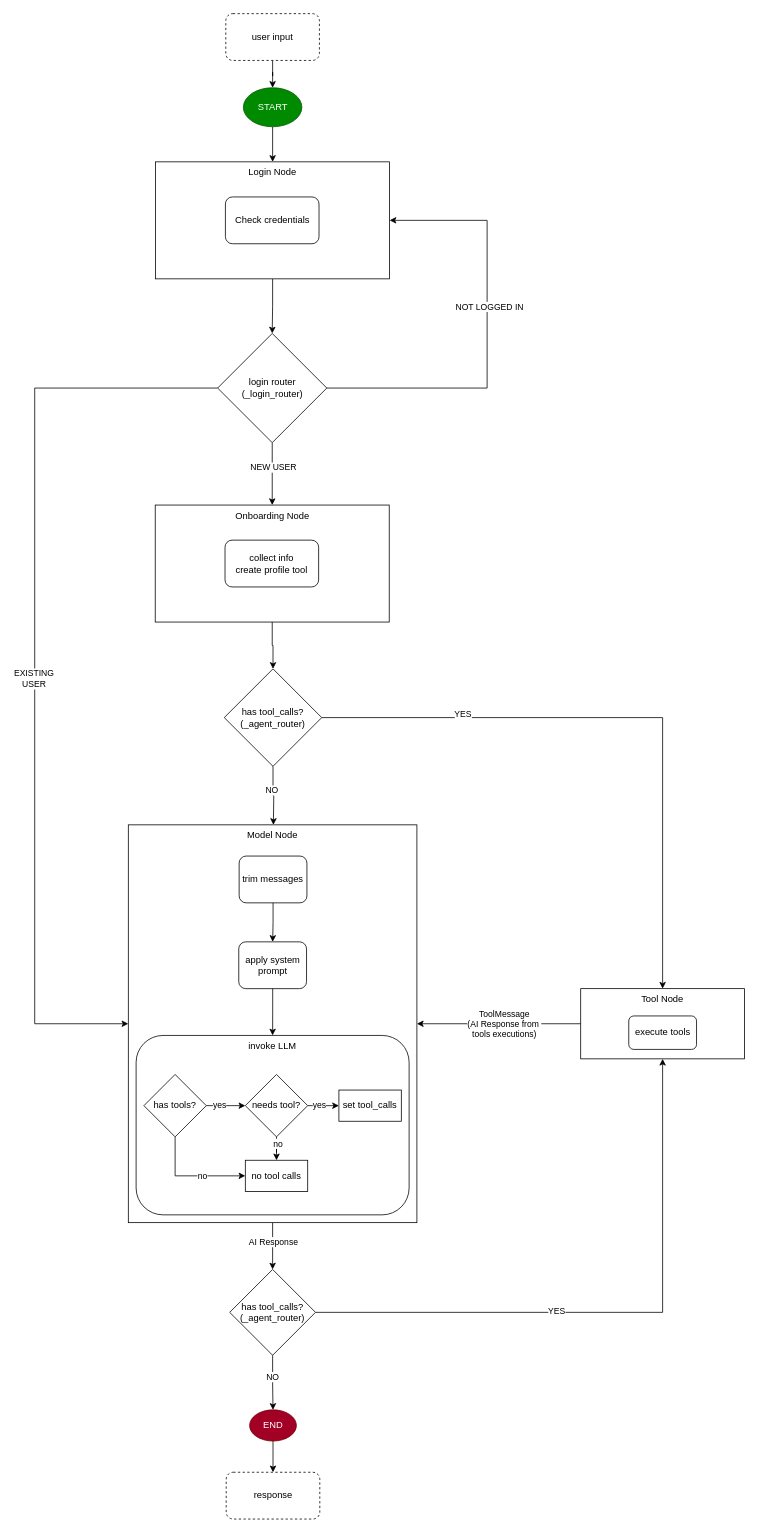
Above: agent_workflow_diagram.drawio in w4ffl35/agent_example (draw.io), before the change. Source tidied: cells renumbered, new cells numbered last; positions are measured from the earlier drawing's top-left corner, leaving out a move shared by most shapes. Both pictures are drawn from the tidied source at 78%, with x=0, y=0 at pixel (34, 13).
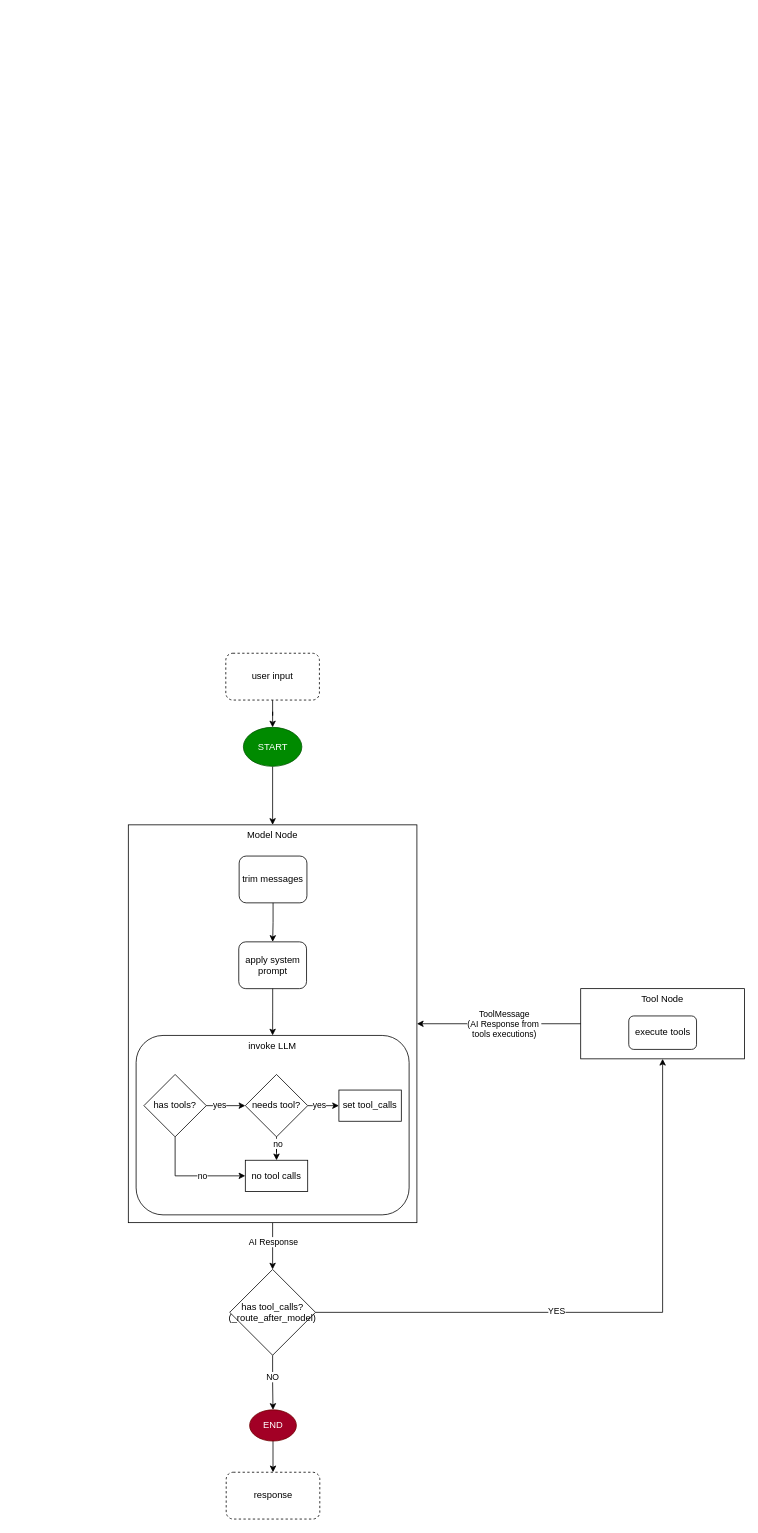
Above is the later version.

Commit message (it also covers changes not shown here):
Refactored workflow to be cleaner

Unchanged cells that the change refers to:
```xml
<mxCell id="10" value="Tool Node" style="rounded=0;whiteSpace=wrap;html=1;verticalAlign=top;" parent="9" vertex="1">
  <mxGeometry y="20" width="210" height="90" as="geometry" />
</mxCell>
<mxCell id="16" value="Model Node" style="rounded=0;whiteSpace=wrap;html=1;verticalAlign=top;" parent="1" vertex="1">
  <mxGeometry x="120" y="1040" width="370" height="510" as="geometry" />
</mxCell>
```

What changed in the source:
```diff
@@
-    <mxCell id="6" value="&lt;div&gt;has tool_calls?&lt;/div&gt;&lt;div&gt;(_agent_router)&lt;/div&gt;" style="rhombus;whiteSpace=wrap;html=1;verticalAlign=middle;rounded=0;" parent="1" vertex="1">
+    <mxCell id="6" value="&lt;div&gt;has tool_calls?&lt;/div&gt;&lt;div&gt;(_route_after_model)&lt;/div&gt;" style="rhombus;whiteSpace=wrap;html=1;verticalAlign=middle;rounded=0;" parent="1" vertex="1">
       <mxGeometry x="250" y="1610" width="110" height="110" as="geometry" />
     </mxCell>
@@
-    <mxCell id="35" style="group;" parent="1" vertex="1">
-      <mxGeometry x="155" y="580" width="300" height="550" as="geometry" />
-    </mxCell>
-    <mxCell id="36" style="edgeStyle=orthogonalEdgeStyle;rounded=0;jettySize=auto;html=1;exitX=0.5;exitY=1;exitDx=0;exitDy=0;entryX=0.5;entryY=0;entryDx=0;entryDy=0;" parent="35" edge="1" source="37" target="45">
+    <mxCell id="36" style="edgeStyle=orthogonalEdgeStyle;rounded=0;jettySize=auto;html=1;exitX=0.5;exitY=1;exitDx=0;exitDy=0;entryX=0.5;entryY=0;entryDx=0;entryDy=0;" parent="1" edge="1" source="37" target="16">
       <mxGeometry relative="1" as="geometry" />
     </mxCell>
-    <mxCell id="37" value="&lt;div&gt;START&lt;/div&gt;" style="ellipse;whiteSpace=wrap;html=1;fillColor=#008a00;fontColor=#ffffff;strokeColor=#005700;" parent="35" vertex="1">
-      <mxGeometry x="112.5" y="-485" width="75" height="50" as="geometry" />
+    <mxCell id="37" value="&lt;div&gt;START&lt;/div&gt;" style="ellipse;whiteSpace=wrap;html=1;fillColor=#008a00;fontColor=#ffffff;strokeColor=#005700;" parent="1" vertex="1">
+      <mxGeometry x="267.5" y="915" width="75" height="50" as="geometry" />
     </mxCell>
-    <mxCell id="38" style="edgeStyle=orthogonalEdgeStyle;rounded=0;jettySize=auto;html=1;exitX=0.5;exitY=1;exitDx=0;exitDy=0;" parent="35" edge="1" source="39" target="37">
+    <mxCell id="38" style="edgeStyle=orthogonalEdgeStyle;rounded=0;jettySize=auto;html=1;exitX=0.5;exitY=1;exitDx=0;exitDy=0;" parent="1" edge="1" source="39" target="37">
       <mxGeometry relative="1" as="geometry" />
     </mxCell>
-    <mxCell id="39" value="user input" style="rounded=1;whiteSpace=wrap;html=1;dashed=1;" parent="35" vertex="1">
-      <mxGeometry x="90" y="-580" width="120" height="60" as="geometry" />
+    <mxCell id="39" value="user input" style="rounded=1;whiteSpace=wrap;html=1;dashed=1;" parent="1" vertex="1">
+      <mxGeometry x="245" y="820" width="120" height="60" as="geometry" />
     </mxCell>
-    <mxCell id="40" style="edgeStyle=orthogonalEdgeStyle;rounded=0;jettySize=auto;html=1;entryX=0.5;entryY=0;entryDx=0;entryDy=0;" parent="35" edge="1" source="45" target="43">
-      <mxGeometry relative="1" as="geometry" />
-    </mxCell>
-    <mxCell id="41" style="edgeStyle=orthogonalEdgeStyle;rounded=0;jettySize=auto;html=1;" parent="35" edge="1" source="43" target="47">
-      <mxGeometry relative="1" as="geometry" />
-    </mxCell>
-    <mxCell id="42" value="NEW USER" style="edgeLabel;html=1;align=center;verticalAlign=middle;" parent="41" vertex="1">
-      <mxGeometry x="-0.76" y="1" relative="1" as="geometry">
-        <mxPoint y="21" as="offset" />
-      </mxGeometry>
-    </mxCell>
-    <mxCell id="43" value="&lt;div&gt;login router&lt;/div&gt;&lt;div&gt;(_login_router)&lt;/div&gt;" style="rhombus;whiteSpace=wrap;html=1;" parent="35" vertex="1">
-      <mxGeometry x="79.5" y="-170" width="140" height="140" as="geometry" />
-    </mxCell>
-    <mxCell id="44" style="group;" parent="35" vertex="1">
-      <mxGeometry y="-390" width="300" height="150" as="geometry" />
-    </mxCell>
-    <mxCell id="45" value="Login Node" style="rounded=0;whiteSpace=wrap;html=1;verticalAlign=top;" parent="44" vertex="1">
-      <mxGeometry width="300" height="150" as="geometry" />
-    </mxCell>
-    <mxCell id="46" value="Check credentials" style="rounded=1;whiteSpace=wrap;html=1;" parent="44" vertex="1">
-      <mxGeometry x="89.5" y="45" width="120" height="60" as="geometry" />
-    </mxCell>
-    <mxCell id="47" value="&lt;div&gt;Onboarding Node&lt;/div&gt;" style="rounded=0;whiteSpace=wrap;html=1;verticalAlign=top;" parent="35" vertex="1">
-      <mxGeometry x="-0.5" y="50" width="300" height="150" as="geometry" />
-    </mxCell>
-    <mxCell id="48" value="&lt;div&gt;collect info&lt;/div&gt;&lt;div&gt;create profile tool&lt;/div&gt;" style="rounded=1;whiteSpace=wrap;html=1;" parent="35" vertex="1">
-      <mxGeometry x="89" y="95" width="120" height="60" as="geometry" />
-    </mxCell>
-    <mxCell id="49" value="&lt;div&gt;has tool_calls?&lt;/div&gt;&lt;div&gt;(_agent_router)&lt;/div&gt;" style="rhombus;whiteSpace=wrap;html=1;verticalAlign=middle;rounded=0;" parent="35" vertex="1">
-      <mxGeometry x="88" y="260" width="125" height="125" as="geometry" />
-    </mxCell>
-    <mxCell id="50" style="edgeStyle=orthogonalEdgeStyle;rounded=0;jettySize=auto;html=1;" parent="35" edge="1" source="47" target="49">
-      <mxGeometry relative="1" as="geometry" />
-    </mxCell>
-    <mxCell id="51" style="edgeStyle=orthogonalEdgeStyle;rounded=0;jettySize=auto;html=1;" parent="35" edge="1" source="49">
-      <mxGeometry relative="1" as="geometry">
-        <mxPoint x="151" y="460" as="targetPoint" />
-      </mxGeometry>
-    </mxCell>
-    <mxCell id="52" value="NO" style="edgeLabel;html=1;align=center;verticalAlign=middle;" parent="51" vertex="1">
-      <mxGeometry x="-0.22" y="-2" relative="1" as="geometry" />
-    </mxCell>
-    <mxCell id="53" style="edgeStyle=orthogonalEdgeStyle;rounded=0;jettySize=auto;html=1;entryX=1;entryY=0.5;entryDx=0;entryDy=0;" parent="35" edge="1" source="43" target="45">
-      <mxGeometry relative="1" as="geometry">
-        <Array as="points">
-          <mxPoint x="425" y="-100" />
-          <mxPoint x="425" y="-315" />
-        </Array>
-      </mxGeometry>
-    </mxCell>
-    <mxCell id="54" value="NOT LOGGED IN" style="edgeLabel;html=1;align=center;verticalAlign=middle;" parent="53" vertex="1">
-      <mxGeometry x="0.14" y="-2" relative="1" as="geometry">
-        <mxPoint y="1" as="offset" />
-      </mxGeometry>
-    </mxCell>
-    <mxCell id="55" style="edgeStyle=orthogonalEdgeStyle;rounded=0;jettySize=auto;html=1;entryX=0;entryY=0.5;entryDx=0;entryDy=0;" parent="1" edge="1" source="43" target="16">
-      <mxGeometry relative="1" as="geometry">
-        <Array as="points">
-          <mxPoint y="480" />
-          <mxPoint y="1295" />
-        </Array>
-      </mxGeometry>
-    </mxCell>
-    <mxCell id="56" value="&lt;div&gt;EXISTING&lt;/div&gt;&lt;div&gt;USER&lt;/div&gt;" style="edgeLabel;html=1;align=center;verticalAlign=middle;" parent="55" vertex="1">
-      <mxGeometry x="0.04" y="-2" relative="1" as="geometry">
-        <mxPoint y="-1" as="offset" />
-      </mxGeometry>
-    </mxCell>
-    <mxCell id="57" style="edgeStyle=orthogonalEdgeStyle;rounded=0;jettySize=auto;html=1;entryX=0.5;entryY=0;entryDx=0;entryDy=0;" parent="1" edge="1" source="49" target="10">
-      <mxGeometry relative="1" as="geometry" />
-    </mxCell>
-    <mxCell id="58" value="YES" style="edgeLabel;html=1;align=center;verticalAlign=middle;" parent="57" vertex="1">
-      <mxGeometry x="-0.54" y="5" relative="1" as="geometry" />
-    </mxCell>
```
